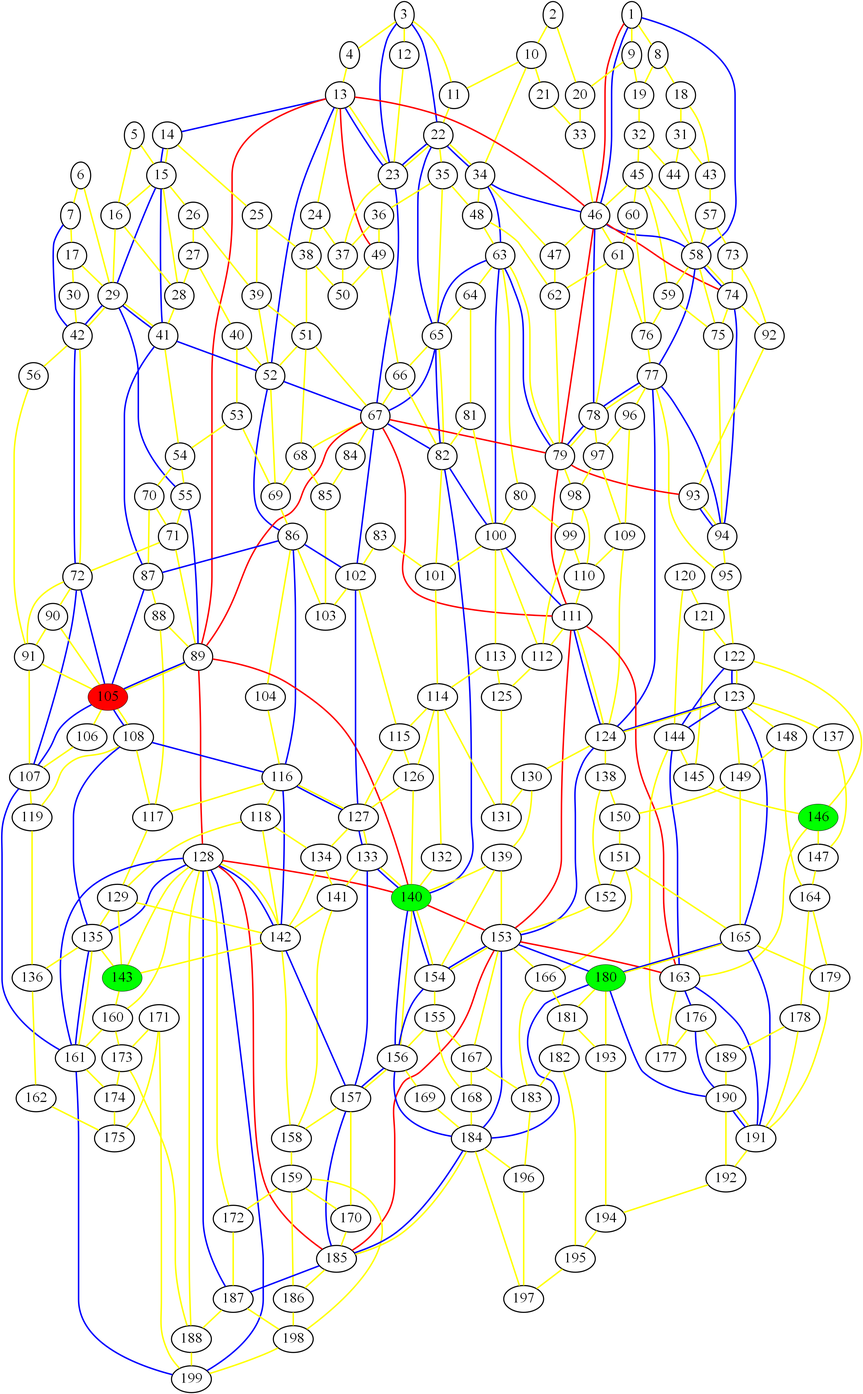
This is graph_6.png from ed-churchill/complex-systems-project, a Graphviz export, as it was before one commit. Its source is kept beside it as graph_6.gv.
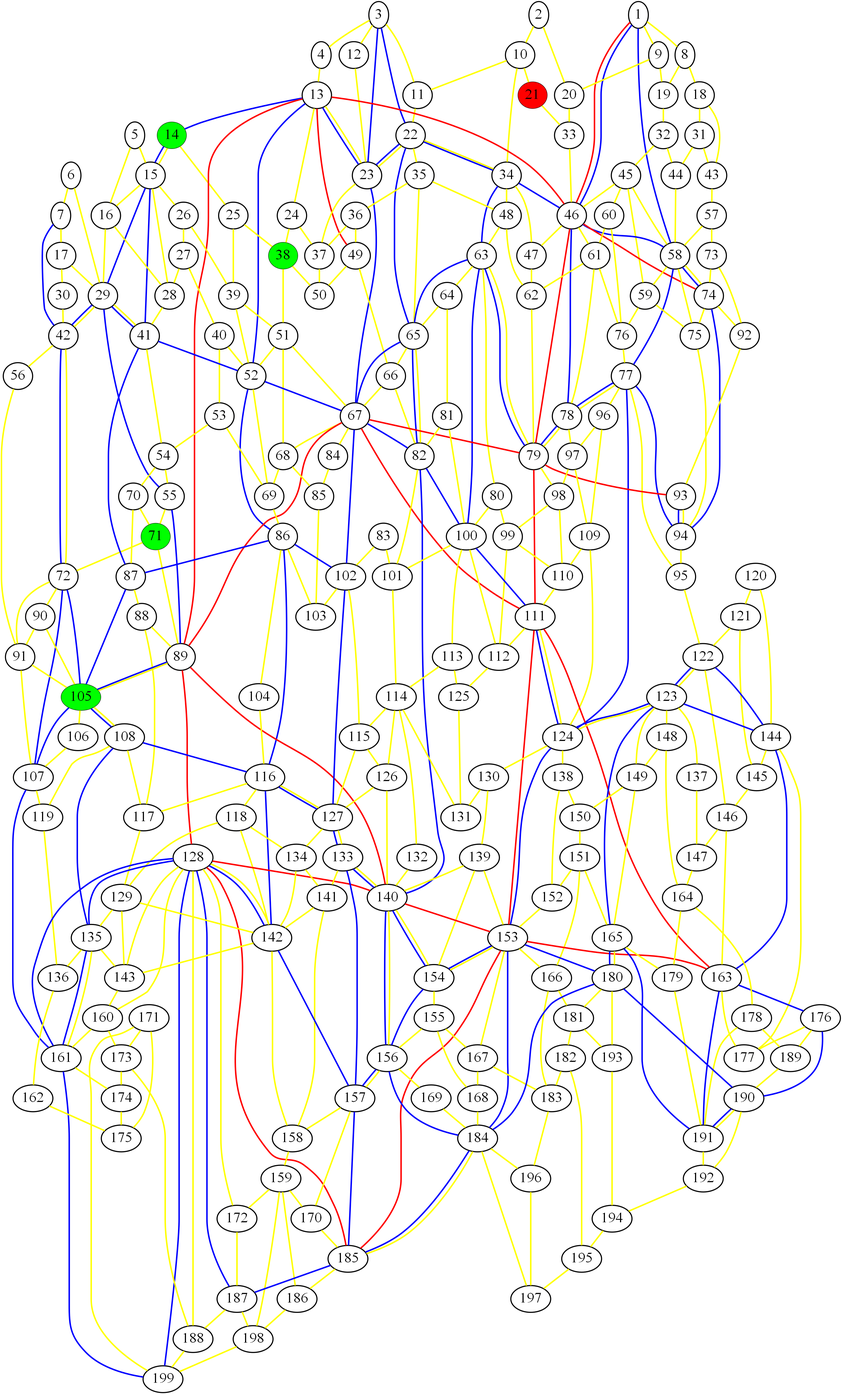
The same diagram one commit later.

The edit, as a diff of the source:
```diff
@@ -1,9 +1,9 @@
 graph london_graph {
-105 [fillcolor=red, fontsize=40, pendwidth=3, style=filled];
-143 [fillcolor=green, fontsize=40, pendwidth=3, style=filled];
-146 [fillcolor=green, fontsize=40, pendwidth=3, style=filled];
-180 [fillcolor=green, fontsize=40, pendwidth=3, style=filled];
-140 [fillcolor=green, fontsize=40, pendwidth=3, style=filled];
+21 [fillcolor=red, fontsize=40, pendwidth=3, style=filled];
+105 [fillcolor=green, fontsize=40, pendwidth=3, style=filled];
+14 [fillcolor=green, fontsize=40, pendwidth=3, style=filled];
+71 [fillcolor=green, fontsize=40, pendwidth=3, style=filled];
+38 [fillcolor=green, fontsize=40, pendwidth=3, style=filled];
 1 [fontsize=40, penwidth=3];
 2 [fontsize=40, penwidth=3];
 3 [fontsize=40, penwidth=3];
@@ -17,14 +17,12 @@
 11 [fontsize=40, penwidth=3];
 12 [fontsize=40, penwidth=3];
 13 [fontsize=40, penwidth=3];
-14 [fontsize=40, penwidth=3];
 15 [fontsize=40, penwidth=3];
 16 [fontsize=40, penwidth=3];
 17 [fontsize=40, penwidth=3];
 18 [fontsize=40, penwidth=3];
 19 [fontsize=40, penwidth=3];
 20 [fontsize=40, penwidth=3];
-21 [fontsize=40, penwidth=3];
 22 [fontsize=40, penwidth=3];
 23 [fontsize=40, penwidth=3];
 24 [fontsize=40, penwidth=3];
@@ -41,7 +39,6 @@
 35 [fontsize=40, penwidth=3];
 36 [fontsize=40, penwidth=3];
 37 [fontsize=40, penwidth=3];
-38 [fontsize=40, penwidth=3];
 39 [fontsize=40, penwidth=3];
 40 [fontsize=40, penwidth=3];
 41 [fontsize=40, penwidth=3];
@@ -74,7 +71,6 @@
 68 [fontsize=40, penwidth=3];
 69 [fontsize=40, penwidth=3];
 70 [fontsize=40, penwidth=3];
-71 [fontsize=40, penwidth=3];
 72 [fontsize=40, penwidth=3];
 73 [fontsize=40, penwidth=3];
 74 [fontsize=40, penwidth=3];
@@ -142,10 +138,13 @@
 137 [fontsize=40, penwidth=3];
 138 [fontsize=40, penwidth=3];
 139 [fontsize=40, penwidth=3];
+140 [fontsize=40, penwidth=3];
 141 [fontsize=40, penwidth=3];
 142 [fontsize=40, penwidth=3];
+143 [fontsize=40, penwidth=3];
 144 [fontsize=40, penwidth=3];
 145 [fontsize=40, penwidth=3];
+146 [fontsize=40, penwidth=3];
 147 [fontsize=40, penwidth=3];
 148 [fontsize=40, penwidth=3];
 149 [fontsize=40, penwidth=3];
@@ -179,6 +178,7 @@
 177 [fontsize=40, penwidth=3];
 178 [fontsize=40, penwidth=3];
 179 [fontsize=40, penwidth=3];
+180 [fontsize=40, penwidth=3];
 181 [fontsize=40, penwidth=3];
 182 [fontsize=40, penwidth=3];
 183 [fontsize=40, penwidth=3];
```
